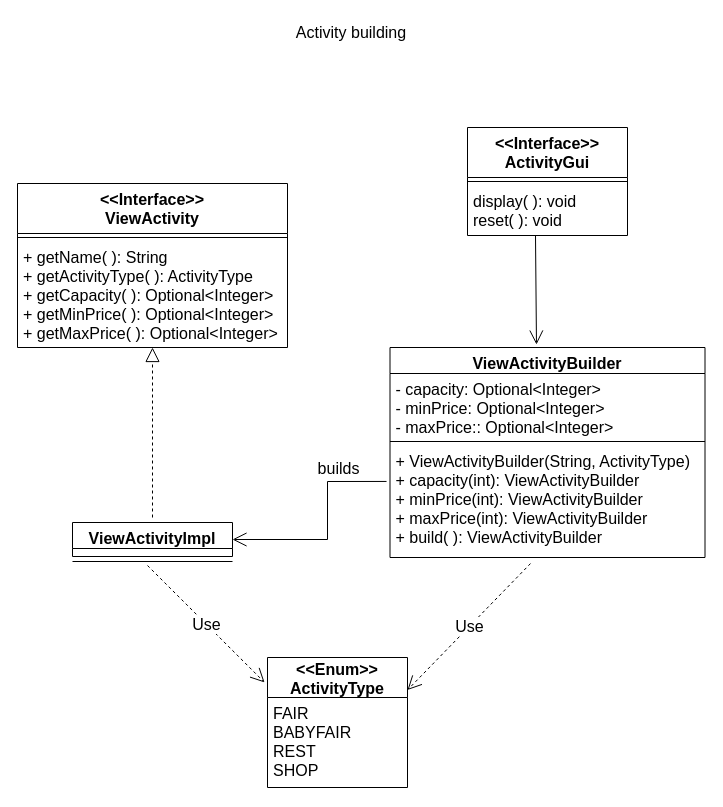
Above: page "Page-4" (4 of 7) of Untitled Diagram.drawio in metaphori/students-oop20-liveLand (draw.io), before the change. Source tidied: cells renumbered, new cells numbered last; positions are measured from the earlier drawing's top-left corner, leaving out a move shared by most shapes. Both pictures are drawn from the tidied source at 100%, with x=0, y=0 at pixel (17, 17).
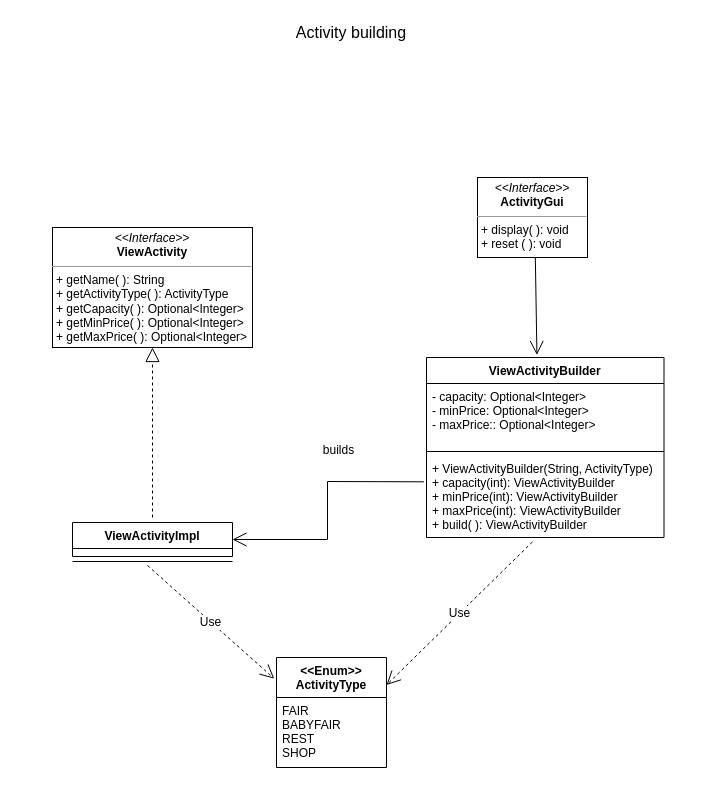
The same diagram, later.

Diff of the diagram source:
```diff
@@
-    <mxCell id="3" value="ViewActivityBuilder" style="swimlane;fontStyle=1;align=center;verticalAlign=top;horizontal=1;startSize=26;fontSize=16;" parent="1" vertex="1">
-      <mxGeometry x="372.5" y="330" width="315" height="210" as="geometry" />
+    <mxCell id="3" value="ViewActivityBuilder" style="swimlane;fontStyle=1;align=center;verticalAlign=top;horizontal=1;startSize=26;fontSize=12;" parent="1" vertex="1">
+      <mxGeometry x="409" y="340" width="237.5" height="180" as="geometry" />
     </mxCell>
-    <mxCell id="4" value="- capacity: Optional&lt;Integer&gt;&#10;- minPrice: Optional&lt;Integer&gt;&#10;- maxPrice:: Optional&lt;Integer&gt;" style="text;strokeColor=none;fillColor=none;align=left;verticalAlign=top;spacingLeft=4;spacingRight=4;overflow=hidden;fontSize=16;" parent="3" vertex="1">
-      <mxGeometry y="26" width="315" height="64" as="geometry" />
+    <mxCell id="4" value="- capacity: Optional&lt;Integer&gt;&#10;- minPrice: Optional&lt;Integer&gt;&#10;- maxPrice:: Optional&lt;Integer&gt;" style="text;strokeColor=none;fillColor=none;align=left;verticalAlign=top;spacingLeft=4;spacingRight=4;overflow=hidden;fontSize=12;" parent="3" vertex="1">
+      <mxGeometry y="26" width="237.5" height="64" as="geometry" />
     </mxCell>
-    <mxCell id="5" style="line;strokeWidth=1;fillColor=none;align=left;verticalAlign=middle;spacingTop=-1;spacingLeft=3;spacingRight=3;labelPosition=right;fontSize=16;" parent="3" vertex="1">
-      <mxGeometry y="90" width="315" height="8" as="geometry" />
+    <mxCell id="5" style="line;strokeWidth=1;fillColor=none;align=left;verticalAlign=middle;spacingTop=-1;spacingLeft=3;spacingRight=3;labelPosition=right;fontSize=12;" parent="3" vertex="1">
+      <mxGeometry y="90" width="237.5" height="8" as="geometry" />
     </mxCell>
-    <mxCell id="6" value="+ ViewActivityBuilder(String, ActivityType)&#10;+ capacity(int): ViewActivityBuilder&#10;+ minPrice(int): ViewActivityBuilder&#10;+ maxPrice(int): ViewActivityBuilder&#10;+ build( ): ViewActivityBuilder" style="text;strokeColor=none;fillColor=none;align=left;verticalAlign=top;spacingLeft=4;spacingRight=4;overflow=hidden;points=[[0,0.5],[1,0.5]];portConstraint=eastwest;fontSize=16;" parent="3" vertex="1">
-      <mxGeometry y="98" width="315" height="112" as="geometry" />
+    <mxCell id="6" value="+ ViewActivityBuilder(String, ActivityType)&#10;+ capacity(int): ViewActivityBuilder&#10;+ minPrice(int): ViewActivityBuilder&#10;+ maxPrice(int): ViewActivityBuilder&#10;+ build( ): ViewActivityBuilder" style="text;strokeColor=none;fillColor=none;align=left;verticalAlign=top;spacingLeft=4;spacingRight=4;overflow=hidden;points=[[0,0.5],[1,0.5]];portConstraint=eastwest;fontSize=12;" parent="3" vertex="1">
+      <mxGeometry y="98" width="237.5" height="82" as="geometry" />
     </mxCell>
-    <mxCell id="7" value="&lt;&lt;Interface&gt;&gt;&#10;ActivityGui" style="swimlane;fontStyle=1;align=center;verticalAlign=top;horizontal=1;startSize=50;fontSize=16;" parent="1" vertex="1">
-      <mxGeometry x="450" y="110" width="160" height="108" as="geometry" />
-    </mxCell>
-    <mxCell id="8" style="line;strokeWidth=1;fillColor=none;align=left;verticalAlign=middle;spacingTop=-1;spacingLeft=3;spacingRight=3;labelPosition=right;fontSize=16;" parent="7" vertex="1">
-      <mxGeometry y="50" width="160" height="8" as="geometry" />
-    </mxCell>
-    <mxCell id="9" value="display( ): void&#10;reset( ): void" style="text;strokeColor=none;fillColor=none;align=left;verticalAlign=top;spacingLeft=4;spacingRight=4;overflow=hidden;points=[[0,0.5],[1,0.5]];portConstraint=eastwest;fontSize=16;" parent="7" vertex="1">
-      <mxGeometry y="58" width="160" height="50" as="geometry" />
-    </mxCell>
-    <mxCell id="10" value="&lt;&lt;Interface&gt;&gt;&#10;ViewActivity" style="swimlane;fontStyle=1;align=center;verticalAlign=top;horizontal=1;startSize=50;fontSize=16;" parent="1" vertex="1">
-      <mxGeometry y="166" width="270" height="164" as="geometry" />
-    </mxCell>
-    <mxCell id="11" style="line;strokeWidth=1;fillColor=none;align=left;verticalAlign=middle;spacingTop=-1;spacingLeft=3;spacingRight=3;labelPosition=right;fontSize=16;" parent="10" vertex="1">
-      <mxGeometry y="50" width="270" height="8" as="geometry" />
-    </mxCell>
-    <mxCell id="12" value="+ getName( ): String&#10;+ getActivityType( ): ActivityType&#10;+ getCapacity( ): Optional&lt;Integer&gt;&#10;+ getMinPrice( ): Optional&lt;Integer&gt;&#10;+ getMaxPrice( ): Optional&lt;Integer&gt;" style="text;strokeColor=none;fillColor=none;align=left;verticalAlign=top;spacingLeft=4;spacingRight=4;overflow=hidden;points=[[0,0.5],[1,0.5]];portConstraint=eastwest;fontSize=16;" parent="10" vertex="1">
-      <mxGeometry y="58" width="270" height="106" as="geometry" />
-    </mxCell>
-    <mxCell id="13" value="ViewActivityImpl" style="swimlane;fontStyle=1;align=center;verticalAlign=top;horizontal=1;startSize=26;fontSize=16;" parent="1" vertex="1">
+    <mxCell id="13" value="ViewActivityImpl" style="swimlane;fontStyle=1;align=center;verticalAlign=top;horizontal=1;startSize=26;fontSize=12;" parent="1" vertex="1">
       <mxGeometry x="55" y="505" width="160" height="34" as="geometry" />
     </mxCell>
-    <mxCell id="14" style="endArrow=block;dashed=1;endFill=0;endSize=12;html=1;rounded=0;fontSize=16;" parent="13" edge="1" target="12">
+    <mxCell id="14" style="endArrow=block;dashed=1;endFill=0;endSize=12;html=1;rounded=0;fontSize=12;" parent="13" edge="1">
       <mxGeometry relative="1" as="geometry">
         <mxPoint x="80" y="-5" as="sourcePoint" />
+        <mxPoint x="80" y="-175" as="targetPoint" />
       </mxGeometry>
     </mxCell>
-    <mxCell id="15" value="&lt;&lt;Enum&gt;&gt;&#10;ActivityType" style="swimlane;fontStyle=1;horizontal=1;startSize=40;fillColor=none;fontSize=16;" parent="1" vertex="1">
-      <mxGeometry x="250" y="640" width="140" height="130" as="geometry" />
+    <mxCell id="15" value="&lt;&lt;Enum&gt;&gt;&#10;ActivityType" style="swimlane;fontStyle=1;horizontal=1;startSize=40;fillColor=none;fontSize=12;" parent="1" vertex="1">
+      <mxGeometry x="259" y="640" width="110" height="110" as="geometry" />
     </mxCell>
-    <mxCell id="16" value="FAIR&#10;BABYFAIR&#10;REST&#10;SHOP" style="text;strokeColor=none;fillColor=none;align=left;verticalAlign=top;spacingLeft=4;spacingRight=4;overflow=hidden;fontSize=16;" parent="15" vertex="1">
-      <mxGeometry y="40" width="140" height="90" as="geometry" />
+    <mxCell id="16" value="FAIR&#10;BABYFAIR&#10;REST&#10;SHOP" style="text;strokeColor=none;fillColor=none;align=left;verticalAlign=top;spacingLeft=4;spacingRight=4;overflow=hidden;fontSize=12;" parent="15" vertex="1">
+      <mxGeometry y="40" width="110" height="70" as="geometry" />
     </mxCell>
-    <mxCell id="17" value="Use" style="endArrow=open;endSize=12;dashed=1;html=1;rounded=0;fontSize=16;entryX=-0.021;entryY=0.192;entryDx=0;entryDy=0;entryPerimeter=0;" parent="1" edge="1" target="15">
+    <mxCell id="17" value="Use" style="endArrow=open;endSize=12;dashed=1;html=1;rounded=0;fontSize=12;entryX=-0.021;entryY=0.192;entryDx=0;entryDy=0;entryPerimeter=0;" parent="1" edge="1" target="15">
       <mxGeometry relative="1" as="geometry">
         <mxPoint x="130" y="548" as="sourcePoint" />
       </mxGeometry>
     </mxCell>
-    <mxCell id="18" style="line;strokeWidth=1;fillColor=none;align=left;verticalAlign=middle;spacingTop=-1;spacingLeft=3;spacingRight=3;labelPosition=right;fontSize=16;" parent="1" vertex="1">
+    <mxCell id="18" style="line;strokeWidth=1;fillColor=none;align=left;verticalAlign=middle;spacingTop=-1;spacingLeft=3;spacingRight=3;labelPosition=right;fontSize=12;" parent="1" vertex="1">
       <mxGeometry x="55" y="540" width="160" height="8" as="geometry" />
     </mxCell>
-    <mxCell id="19" value="Use" style="endArrow=open;endSize=12;dashed=1;html=1;rounded=0;fontSize=16;entryX=1;entryY=0.25;entryDx=0;entryDy=0;exitX=0.446;exitY=1.054;exitDx=0;exitDy=0;exitPerimeter=0;" parent="1" edge="1" source="6" target="15">
+    <mxCell id="19" value="Use" style="endArrow=open;endSize=12;dashed=1;html=1;rounded=0;fontSize=12;entryX=1;entryY=0.25;entryDx=0;entryDy=0;exitX=0.446;exitY=1.054;exitDx=0;exitDy=0;exitPerimeter=0;" parent="1" edge="1" source="6" target="15">
       <mxGeometry relative="1" as="geometry" />
     </mxCell>
-    <mxCell id="20" style="endArrow=open;endFill=1;endSize=12;html=1;rounded=0;fontSize=16;exitX=0.425;exitY=1;exitDx=0;exitDy=0;exitPerimeter=0;entryX=0.465;entryY=-0.014;entryDx=0;entryDy=0;entryPerimeter=0;" parent="1" edge="1" source="9" target="3">
-      <mxGeometry relative="1" as="geometry" />
+    <mxCell id="20" style="endArrow=open;endFill=1;endSize=12;html=1;rounded=0;fontSize=12;exitX=0.425;exitY=1;exitDx=0;exitDy=0;exitPerimeter=0;entryX=0.465;entryY=-0.014;entryDx=0;entryDy=0;entryPerimeter=0;" parent="1" edge="1" target="3">
+      <mxGeometry relative="1" as="geometry">
+        <mxPoint x="517.8" y="238" as="sourcePoint" />
+      </mxGeometry>
     </mxCell>
-    <mxCell id="21" style="endArrow=open;endFill=1;endSize=12;html=1;rounded=0;fontSize=16;entryX=1;entryY=0.5;entryDx=0;entryDy=0;exitX=-0.011;exitY=0.321;exitDx=0;exitDy=0;exitPerimeter=0;" parent="1" edge="1" source="6" target="13">
+    <mxCell id="21" style="endArrow=open;endFill=1;endSize=12;html=1;rounded=0;fontSize=12;entryX=1;entryY=0.5;entryDx=0;entryDy=0;exitX=-0.011;exitY=0.321;exitDx=0;exitDy=0;exitPerimeter=0;" parent="1" edge="1" source="6" target="13">
       <mxGeometry relative="1" as="geometry">
         <Array as="points">
           <mxPoint x="310" y="464" />
           <mxPoint x="310" y="522" />
         </Array>
       </mxGeometry>
     </mxCell>
-    <mxCell id="22" value="builds" style="edgeLabel;html=1;align=center;verticalAlign=middle;fontSize=16;" parent="21" vertex="1">
+    <mxCell id="22" value="builds" style="edgeLabel;html=1;align=center;verticalAlign=middle;fontSize=12;" parent="21" vertex="1">
       <mxGeometry x="-0.25" y="2" relative="1" as="geometry">
         <mxPoint x="8" y="-34" as="offset" />
       </mxGeometry>
     </mxCell>
+    <mxCell id="23" value="&lt;p style=&quot;margin: 0px ; margin-top: 4px ; text-align: center&quot;&gt;&lt;i&gt;&amp;lt;&amp;lt;Interface&amp;gt;&amp;gt;&lt;/i&gt;&lt;br&gt;&lt;b&gt;ViewActivity&lt;/b&gt;&lt;/p&gt;&lt;hr size=&quot;1&quot;&gt;&lt;p style=&quot;margin: 0px 0px 0px 4px&quot;&gt;&lt;font style=&quot;font-size: 12px&quot;&gt;+ getName( ): String&lt;br style=&quot;padding: 0px ; margin: 0px&quot;&gt;+ getActivityType( ): ActivityType&lt;br style=&quot;padding: 0px ; margin: 0px&quot;&gt;+ getCapacity( ): Optional&amp;lt;Integer&amp;gt;&lt;br style=&quot;padding: 0px ; margin: 0px&quot;&gt;+ getMinPrice( ): Optional&amp;lt;Integer&amp;gt;&lt;br style=&quot;padding: 0px ; margin: 0px&quot;&gt;+ getMaxPrice( ): Optional&amp;lt;Integer&amp;gt;&lt;br&gt;&lt;/font&gt;&lt;/p&gt;&lt;p style=&quot;margin: 0px 0px 0px 4px&quot;&gt;&lt;br&gt;&lt;/p&gt;" style="verticalAlign=top;align=left;overflow=fill;fontSize=12;fontFamily=Helvetica;html=1;" parent="1" vertex="1">
+      <mxGeometry x="35" y="210" width="200" height="120" as="geometry" />
+    </mxCell>
+    <mxCell id="24" value="&lt;p style=&quot;margin: 0px ; margin-top: 4px ; text-align: center&quot;&gt;&lt;i&gt;&amp;lt;&amp;lt;Interface&amp;gt;&amp;gt;&lt;/i&gt;&lt;br&gt;&lt;b&gt;ActivityGui&lt;/b&gt;&lt;/p&gt;&lt;hr size=&quot;1&quot;&gt;&lt;p style=&quot;margin: 0px ; margin-left: 4px&quot;&gt;+ display( ): void&lt;/p&gt;&lt;p style=&quot;margin: 0px ; margin-left: 4px&quot;&gt;+ reset ( ): void&lt;/p&gt;&lt;p style=&quot;margin: 0px ; margin-left: 4px&quot;&gt;&lt;br&gt;&lt;/p&gt;" style="verticalAlign=top;align=left;overflow=fill;fontSize=12;fontFamily=Helvetica;html=1;" parent="1" vertex="1">
+      <mxGeometry x="460" y="160" width="110" height="80" as="geometry" />
+    </mxCell>
```
